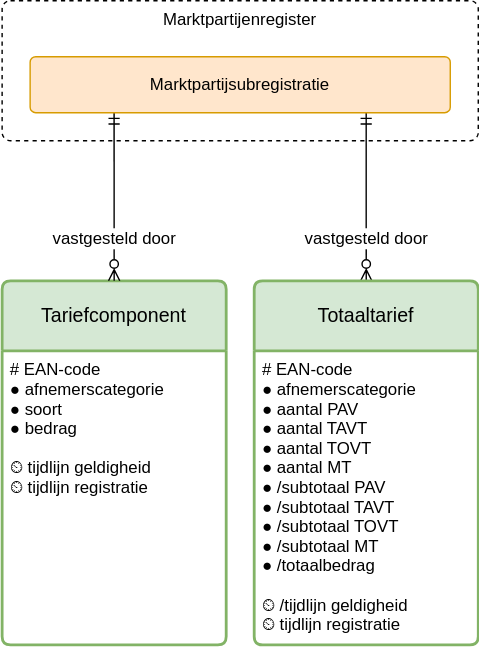
Earlier version of the draw.io export registers/tarievenregister/1.0/tarievenregister.drawio.svg (Netbeheer-Nederland/stelsel). Source tidied: cells renumbered, new cells last; positions are measured from the earlier drawing's top-left corner, leaving out a move shared by most shapes.
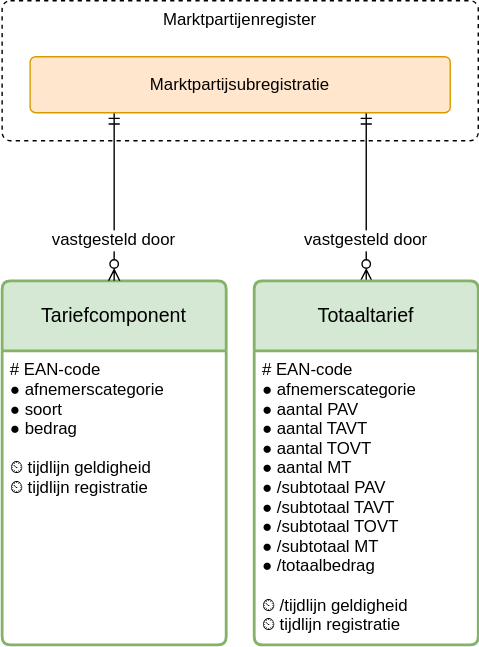
Later version of the same file.

Change to the diagram source:
```diff
@@ -2,28 +2,28 @@
   <root>
     <mxCell id="0" />
     <mxCell id="1" parent="0" />
-    <mxCell id="2" value="Marktpartijenregister" style="rounded=1;whiteSpace=wrap;html=1;verticalAlign=top;sketch=0;fontSize=12;dashed=1;arcSize=12;absoluteArcSize=1;" parent="1" vertex="1">
+    <mxCell id="2" value="Marktpartijenregister" style="rounded=1;whiteSpace=wrap;verticalAlign=top;sketch=0;fontSize=12;dashed=1;arcSize=12;absoluteArcSize=1;" parent="1" vertex="1">
       <mxGeometry width="340" height="100" as="geometry" />
     </mxCell>
-    <mxCell id="3" value="vastgesteld door" style="fontSize=12;html=1;endArrow=ERmandOne;startArrow=ERzeroToMany;rounded=0;startFill=0;endFill=0;verticalAlign=middle;strokeColor=default;labelBackgroundColor=default;fontColor=default;align=center;edgeStyle=elbowEdgeStyle;exitX=0.5;exitY=0;exitDx=0;exitDy=0;" parent="1" edge="1" source="6" target="9">
+    <mxCell id="3" value="vastgesteld door" style="fontSize=12;endArrow=ERmandOne;startArrow=ERzeroToMany;rounded=0;startFill=0;endFill=0;verticalAlign=middle;strokeColor=default;labelBackgroundColor=default;fontColor=default;align=center;edgeStyle=elbowEdgeStyle;exitX=0.5;exitY=0;exitDx=0;exitDy=0;" parent="1" edge="1" source="6" target="9">
       <mxGeometry x="-0.5" relative="1" as="geometry" />
     </mxCell>
-    <mxCell id="4" value="Tariefcomponent" style="swimlane;horizontal=1;startSize=50;rounded=1;fontSize=14;fontStyle=0;strokeWidth=2;shadow=0;dashed=0;align=center;fillColor=#d5e8d4;strokeColor=#82b366;arcSize=4;whiteSpace=wrap;html=1;" parent="1" vertex="1">
+    <mxCell id="4" value="Tariefcomponent" style="swimlane;horizontal=1;startSize=50;rounded=1;fontSize=14;fontStyle=0;strokeWidth=2;shadow=0;dashed=0;align=center;fillColor=#d5e8d4;strokeColor=#82b366;arcSize=4;whiteSpace=wrap;" parent="1" vertex="1">
       <mxGeometry y="200" width="160" height="260" as="geometry" />
     </mxCell>
     <mxCell id="5" value="# EAN-code&#10;● afnemerscategorie&#10;● soort&#10;● bedrag&#10;&#10;⏲ tijdlijn geldigheid&#10;⏲ tijdlijn registratie" style="align=left;strokeColor=none;fillColor=none;spacingLeft=4;fontSize=12;verticalAlign=top;" parent="4" vertex="1">
       <mxGeometry y="50" width="160" height="210" as="geometry" />
     </mxCell>
-    <mxCell id="6" value="Totaaltarief" style="swimlane;horizontal=1;startSize=50;rounded=1;fontSize=14;fontStyle=0;strokeWidth=2;shadow=0;dashed=0;align=center;fillColor=#d5e8d4;strokeColor=#82b366;arcSize=4;whiteSpace=wrap;html=1;" parent="1" vertex="1">
+    <mxCell id="6" value="Totaaltarief" style="swimlane;horizontal=1;startSize=50;rounded=1;fontSize=14;fontStyle=0;strokeWidth=2;shadow=0;dashed=0;align=center;fillColor=#d5e8d4;strokeColor=#82b366;arcSize=4;whiteSpace=wrap;" parent="1" vertex="1">
       <mxGeometry x="180" y="200" width="160" height="260" as="geometry" />
     </mxCell>
     <mxCell id="7" value="# EAN-code&#10;● afnemerscategorie&#10;● aantal PAV&#10;● aantal TAVT&#10;● aantal TOVT&#10;● aantal MT&#10;● /subtotaal PAV&#10;● /subtotaal TAVT&#10;● /subtotaal TOVT&#10;● /subtotaal MT&#10;● /totaalbedrag&#10;&#10;⏲ /tijdlijn geldigheid&#10;⏲ tijdlijn registratie" style="align=left;strokeColor=none;fillColor=none;spacingLeft=4;fontSize=12;verticalAlign=top;" parent="6" vertex="1">
       <mxGeometry y="50" width="160" height="210" as="geometry" />
     </mxCell>
-    <mxCell id="8" value="vastgesteld door" style="fontSize=12;html=1;endArrow=ERmandOne;startArrow=ERzeroToMany;rounded=0;startFill=0;endFill=0;verticalAlign=middle;strokeColor=default;labelBackgroundColor=default;fontColor=default;align=center;edgeStyle=elbowEdgeStyle;exitX=0.5;exitY=0;exitDx=0;exitDy=0;" parent="1" edge="1" source="4" target="9">
+    <mxCell id="8" value="vastgesteld door" style="fontSize=12;endArrow=ERmandOne;startArrow=ERzeroToMany;rounded=0;startFill=0;endFill=0;verticalAlign=middle;strokeColor=default;labelBackgroundColor=default;fontColor=default;align=center;edgeStyle=elbowEdgeStyle;exitX=0.5;exitY=0;exitDx=0;exitDy=0;" parent="1" edge="1" source="4" target="9">
       <mxGeometry x="-0.5" relative="1" as="geometry" />
     </mxCell>
-    <mxCell id="9" value="Marktpartijsubregistratie" style="rounded=1;arcSize=10;whiteSpace=wrap;html=1;align=center;fillColor=#ffe6cc;strokeColor=#d79b00;" parent="1" vertex="1">
+    <mxCell id="9" value="Marktpartijsubregistratie" style="rounded=1;arcSize=10;whiteSpace=wrap;align=center;fillColor=#ffe6cc;strokeColor=#d79b00;" parent="1" vertex="1">
       <mxGeometry x="20" y="40" width="300" height="40" as="geometry" />
     </mxCell>
   </root>
```
